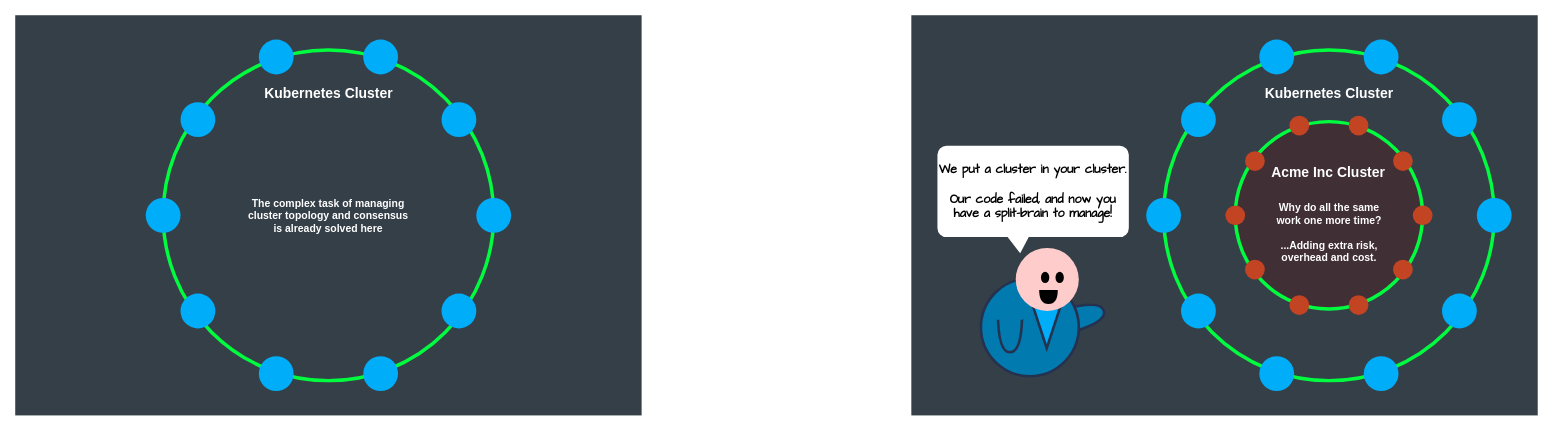
This is page "Clusters" (11 of 13) of hugo/content/docs/clusterintro/clusterintro.drawio from asynkron/protoactor-website, a draw.io file, before an edit. Source tidied: cells renumbered, new cells numbered last; positions are measured from the earlier drawing's top-left corner, leaving out a move shared by most shapes. Both pictures are drawn from the tidied source at 87%, with x=0, y=0 at pixel (15, 15).
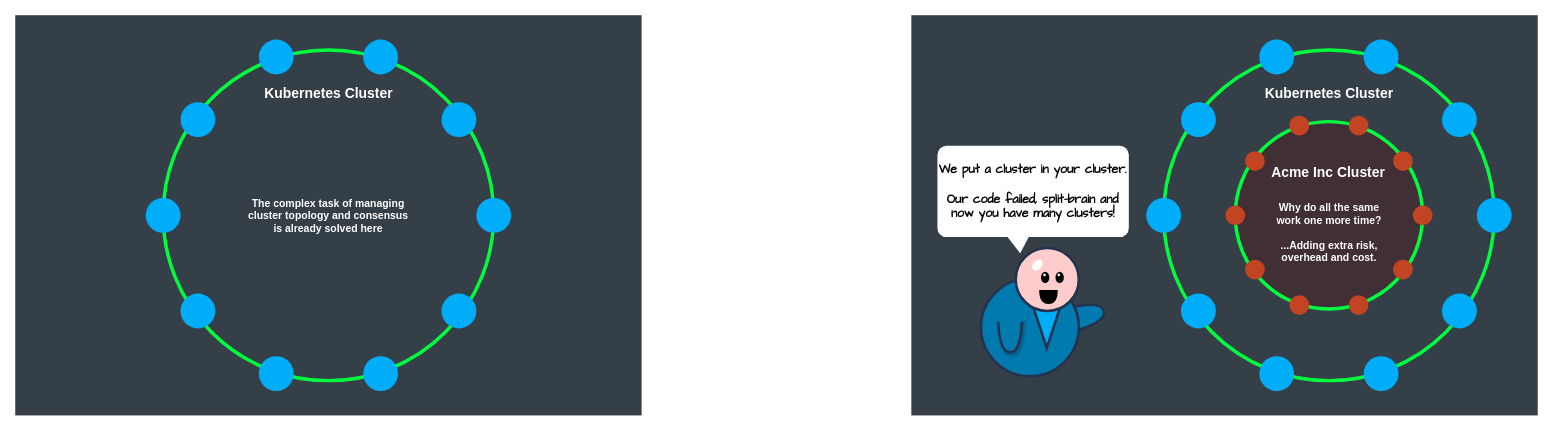
Above is the later version.

The edit, as a diff of the source:
```diff
@@
-    <mxCell id="4" style="shape=or;whiteSpace=wrap;html=1;strokeWidth=3;gradientColor=none;fontFamily=Comic Sans MS;fontSize=12;fontColor=#FFFFFF;rotation=-15;fillColor=#007AAF;fontStyle=0;sketch=0;strokeColor=#25324F;" parent="1" vertex="1">
-      <mxGeometry x="1205.3" y="332.1" width="46.9" height="27.9" as="geometry" />
-    </mxCell>
-    <mxCell id="5" style="ellipse;whiteSpace=wrap;html=1;strokeWidth=3;fontColor=#FFFFFF;fontStyle=1;fillColor=#007AAF;strokeColor=#25324F;" parent="1" vertex="1">
-      <mxGeometry x="1110" y="302.5" width="112.5" height="112.5" as="geometry" />
-    </mxCell>
-    <mxCell id="6" style="triangle;whiteSpace=wrap;html=1;strokeWidth=3;gradientColor=none;fontFamily=Comic Sans MS;fontSize=12;fontColor=#FFFFFF;rotation=90;fillColor=#00ADF8;strokeColor=#25324F;" parent="1" vertex="1">
-      <mxGeometry x="1160" y="340" width="51.3" height="33.8" as="geometry" />
-    </mxCell>
@@
-    <mxCell id="45" value="We put a cluster in your cluster.&lt;br style=&quot;font-size: 14px;&quot;&gt;&lt;br style=&quot;font-size: 14px;&quot;&gt;Our code failed, and now you have a split-brain to manage!" style="rounded=1;whiteSpace=wrap;html=1;fontFamily=Comic Sans MS;fontSize=14;fontColor=#000000;align=center;strokeWidth=1;fillColor=#ffffff;strokeColor=none;arcSize=10;fontStyle=1;spacing=2;" parent="1" vertex="1">
+    <mxCell id="45" value="We put a cluster in your cluster.&lt;br style=&quot;font-size: 14px&quot;&gt;&lt;br style=&quot;font-size: 14px&quot;&gt;Our code failed, split-brain and now you have many clusters!" style="rounded=1;whiteSpace=wrap;html=1;fontFamily=Comic Sans MS;fontSize=14;fontColor=#000000;align=center;strokeWidth=1;fillColor=#ffffff;strokeColor=none;arcSize=10;fontStyle=1;spacing=2;" parent="1" vertex="1">
       <mxGeometry x="1060" y="150" width="220" height="105" as="geometry" />
     </mxCell>
+    <mxCell id="53" style="group;" parent="1" vertex="1">
+      <mxGeometry x="1110" y="246" width="145" height="169" as="geometry" />
+    </mxCell>
+    <mxCell id="4" style="shape=or;whiteSpace=wrap;html=1;strokeWidth=3;gradientColor=none;fontFamily=Comic Sans MS;fontSize=12;fontColor=#FFFFFF;rotation=-15;fillColor=#007AAF;fontStyle=0;sketch=0;strokeColor=#25324F;" parent="53" vertex="1">
+      <mxGeometry x="95.3" y="86.1" width="46.9" height="27.9" as="geometry" />
+    </mxCell>
+    <mxCell id="5" style="ellipse;whiteSpace=wrap;html=1;strokeWidth=3;fontColor=#FFFFFF;fontStyle=1;fillColor=#007AAF;strokeColor=#25324F;" parent="53" vertex="1">
+      <mxGeometry y="56.5" width="112.5" height="112.5" as="geometry" />
+    </mxCell>
+    <mxCell id="6" style="triangle;whiteSpace=wrap;html=1;strokeWidth=3;gradientColor=none;fontFamily=Comic Sans MS;fontSize=12;fontColor=#FFFFFF;rotation=90;fillColor=#00ADF8;strokeColor=#25324F;" parent="53" vertex="1">
+      <mxGeometry x="50" y="94" width="51.3" height="33.8" as="geometry" />
+    </mxCell>
+    <mxCell id="50" style="triangle;whiteSpace=wrap;html=1;strokeWidth=1;fontFamily=Comic Sans MS;fontSize=12;rotation=85;strokeColor=none;" parent="53" vertex="1">
+      <mxGeometry x="30.9" y="-2.3" width="26.2" height="33.8" as="geometry" />
+    </mxCell>
+    <mxCell id="51" style="shape=or;whiteSpace=wrap;html=1;strokeWidth=3;gradientColor=none;fontFamily=Comic Sans MS;fontSize=12;fontColor=#FFFFFF;rotation=90;fillColor=#007AAF;strokeOpacity=100;strokeColor=#25324F;shadow=1;" parent="53" vertex="1">
+      <mxGeometry x="10" y="104" width="46.9" height="27.9" as="geometry" />
+    </mxCell>
+    <mxCell id="52" style="rounded=1;whiteSpace=wrap;html=1;fontFamily=Helvetica;fontSize=12;fontColor=#FFFFFF;align=center;strokeWidth=3;fillColor=#007AAF;strokeColor=none;" parent="53" vertex="1">
+      <mxGeometry x="12" y="85" width="40" height="21" as="geometry" />
+    </mxCell>
+    <mxCell id="54" style="group;" parent="53" vertex="1">
+      <mxGeometry x="40" y="21.5" width="72.5" height="72.5" as="geometry" />
+    </mxCell>
-    <mxCell id="46" style="ellipse;whiteSpace=wrap;html=1;strokeWidth=3;fontColor=#FFFFFF;fontStyle=1;fillColor=#FFCCCC;strokeColor=none;" parent="1" vertex="1">
-      <mxGeometry x="1150" y="267.5" width="72.5" height="72.5" as="geometry" />
+    <mxCell id="46" style="ellipse;whiteSpace=wrap;html=1;strokeWidth=3;fontColor=#FFFFFF;fontStyle=1;fillColor=#FFCCCC;strokeColor=#25324F;" parent="54" vertex="1">
+      <mxGeometry width="72.5" height="72.5" as="geometry" />
     </mxCell>
-    <mxCell id="47" style="shape=or;whiteSpace=wrap;html=1;strokeWidth=4;gradientColor=none;fontSize=16;fontColor=#FFFFFF;strokeColor=none;fillColor=#000000;rotation=90;" parent="1" vertex="1">
-      <mxGeometry x="1179.6" y="313.2" width="16.1" height="21.4" as="geometry" />
+    <mxCell id="47" style="shape=or;whiteSpace=wrap;html=1;strokeWidth=4;gradientColor=none;fontSize=16;fontColor=#FFFFFF;strokeColor=none;fillColor=#000000;rotation=90;" parent="54" vertex="1">
+      <mxGeometry x="29.6" y="45.7" width="16.1" height="21.4" as="geometry" />
     </mxCell>
-    <mxCell id="48" style="ellipse;whiteSpace=wrap;html=1;strokeWidth=4;fillColor=#000000;gradientColor=none;fontSize=16;fontColor=#FFFFFF;strokeColor=none;" parent="1" vertex="1">
-      <mxGeometry x="1195.7" y="295" width="9.6" height="12.9" as="geometry" />
+    <mxCell id="48" style="ellipse;whiteSpace=wrap;html=1;strokeWidth=4;fillColor=#000000;gradientColor=none;fontSize=16;fontColor=#FFFFFF;strokeColor=none;" parent="54" vertex="1">
+      <mxGeometry x="45.7" y="27.5" width="9.6" height="12.9" as="geometry" />
     </mxCell>
-    <mxCell id="49" style="ellipse;whiteSpace=wrap;html=1;strokeWidth=4;fillColor=#000000;gradientColor=none;fontSize=16;fontColor=#FFFFFF;strokeColor=none;" parent="1" vertex="1">
-      <mxGeometry x="1179" y="295" width="9.6" height="12.9" as="geometry" />
+    <mxCell id="49" style="ellipse;whiteSpace=wrap;html=1;strokeWidth=4;fillColor=#000000;gradientColor=none;fontSize=16;fontColor=#FFFFFF;strokeColor=none;" parent="54" vertex="1">
+      <mxGeometry x="29" y="27.5" width="9.6" height="12.9" as="geometry" />
     </mxCell>
-    <mxCell id="50" style="triangle;whiteSpace=wrap;html=1;strokeWidth=1;fontFamily=Comic Sans MS;fontSize=12;rotation=85;strokeColor=none;" parent="1" vertex="1">
-      <mxGeometry x="1140.9" y="243.7" width="26.2" height="33.8" as="geometry" />
-    </mxCell>
-    <mxCell id="51" style="shape=or;whiteSpace=wrap;html=1;strokeWidth=3;gradientColor=none;fontFamily=Comic Sans MS;fontSize=12;fontColor=#FFFFFF;rotation=90;fillColor=#007AAF;strokeOpacity=100;strokeColor=#25324F;" parent="1" vertex="1">
-      <mxGeometry x="1120" y="350" width="46.9" height="27.9" as="geometry" />
-    </mxCell>
-    <mxCell id="52" style="rounded=1;whiteSpace=wrap;html=1;fontFamily=Helvetica;fontSize=12;fontColor=#FFFFFF;align=center;strokeWidth=3;fillColor=#007AAF;strokeColor=none;" parent="1" vertex="1">
-      <mxGeometry x="1120" y="329" width="40" height="21" as="geometry" />
-    </mxCell>
+    <mxCell id="55" style="ellipse;whiteSpace=wrap;html=1;strokeWidth=4;fontSize=16;strokeColor=none;rotation=40;" parent="54" vertex="1">
+      <mxGeometry x="19.7" y="12.6" width="10.4" height="14.2" as="geometry" />
+    </mxCell>
+    <mxCell id="56" style="ellipse;whiteSpace=wrap;html=1;strokeWidth=4;fontSize=16;strokeColor=none;" parent="54" vertex="1">
+      <mxGeometry x="31.6" y="29.5" width="3" height="3" as="geometry" />
+    </mxCell>
+    <mxCell id="57" style="ellipse;whiteSpace=wrap;html=1;strokeWidth=4;fontSize=16;strokeColor=none;" parent="54" vertex="1">
+      <mxGeometry x="48" y="29.5" width="3" height="3" as="geometry" />
+    </mxCell>
```
